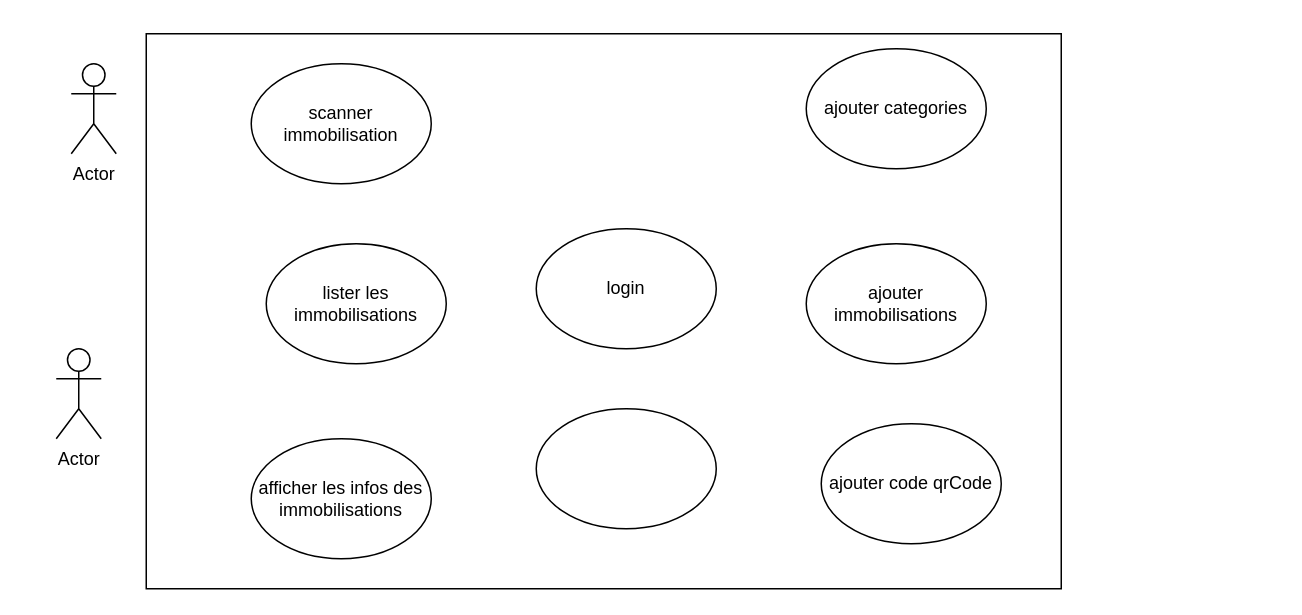
Above: Diagramme cas d'utilisation.drawio in Joahnne-25/Folder_Diagramme-soutenance (draw.io), before the change. Source tidied: cells renumbered, new cells numbered last; positions are measured from the earlier drawing's top-left corner, leaving out a move shared by most shapes. Both pictures are drawn from the tidied source at 150%, with x=0, y=0 at pixel (56, 33).
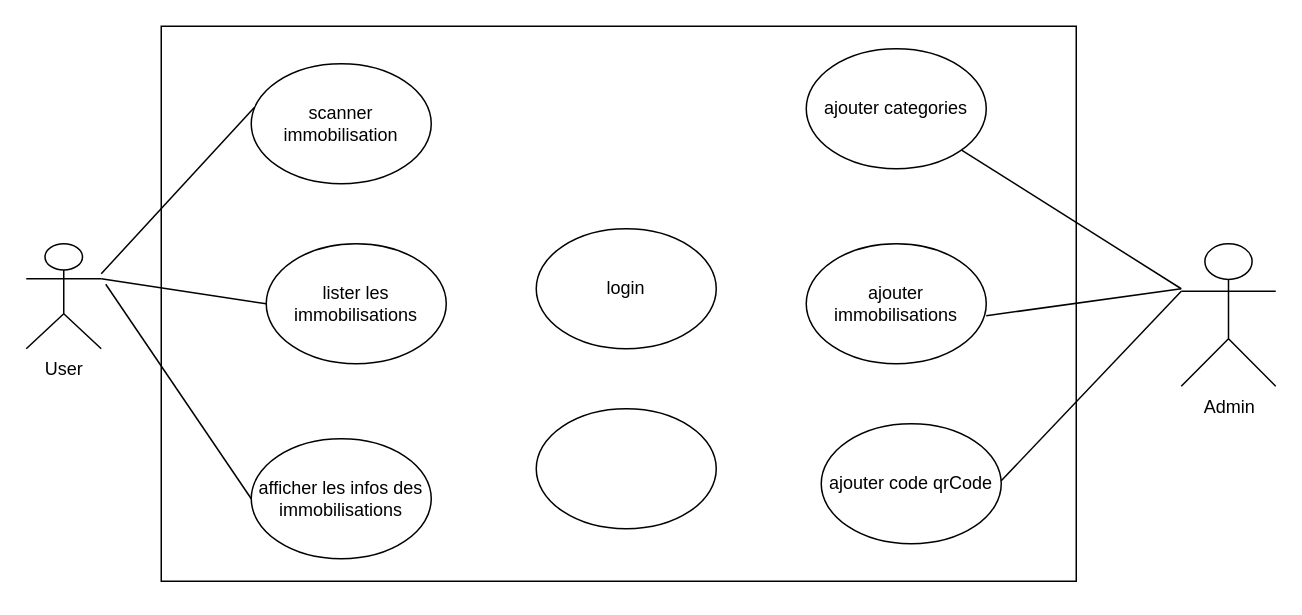
The same diagram, later.

Commit message:
Mettre à jour Diagramme cas d'utilisation.drawio

Unchanged cells that the change refers to:
```xml
<mxCell id="5" value="scanner immobilisation" style="ellipse;whiteSpace=wrap;html=1;" parent="1" vertex="1">
  <mxGeometry x="130" y="20" width="120" height="80" as="geometry" />
</mxCell>
<mxCell id="6" value="afficher les infos des immobilisations" style="ellipse;whiteSpace=wrap;html=1;" parent="1" vertex="1">
  <mxGeometry x="130" y="270" width="120" height="80" as="geometry" />
</mxCell>
<mxCell id="8" value="ajouter categories" style="ellipse;whiteSpace=wrap;html=1;" parent="1" vertex="1">
  <mxGeometry x="500" y="10" width="120" height="80" as="geometry" />
</mxCell>
<mxCell id="10" value="lister les immobilisations" style="ellipse;whiteSpace=wrap;html=1;" parent="1" vertex="1">
  <mxGeometry x="140" y="140" width="120" height="80" as="geometry" />
</mxCell>
```

The edit, as a diff of the source:
```diff
@@
     <mxCell id="2" style="rounded=0;whiteSpace=wrap;html=1;" parent="1" vertex="1">
-      <mxGeometry x="60" width="610" height="370" as="geometry" />
+      <mxGeometry x="70" y="-5" width="610" height="370" as="geometry" />
     </mxCell>
-    <mxCell id="3" value="Actor" style="shape=umlActor;verticalLabelPosition=bottom;verticalAlign=top;html=1;" parent="1" vertex="1">
-      <mxGeometry x="10" y="20" width="30" height="60" as="geometry" />
+    <mxCell id="3" value="User" style="shape=umlActor;verticalLabelPosition=bottom;verticalAlign=top;html=1;" parent="1" vertex="1">
+      <mxGeometry x="-20" y="140" width="50" height="70" as="geometry" />
     </mxCell>
-    <mxCell id="4" value="Actor" style="shape=umlActor;verticalLabelPosition=bottom;verticalAlign=top;html=1;" parent="1" vertex="1">
-      <mxGeometry y="210" width="30" height="60" as="geometry" />
+    <mxCell id="4" value="Admin" style="shape=umlActor;verticalLabelPosition=bottom;verticalAlign=top;html=1;" parent="1" vertex="1">
+      <mxGeometry x="750" y="140" width="63" height="95" as="geometry" />
     </mxCell>
@@
+    <mxCell id="13" style="endArrow=none;html=1;rounded=0;entryX=0.017;entryY=0.365;entryDx=0;entryDy=0;entryPerimeter=0;" parent="1" edge="1" target="5">
+      <mxGeometry relative="1" as="geometry">
+        <mxPoint x="30" y="160" as="sourcePoint" />
+      </mxGeometry>
+    </mxCell>
+    <mxCell id="14" style="endArrow=none;html=1;rounded=0;exitX=0.755;exitY=0.291;exitDx=0;exitDy=0;exitPerimeter=0;entryX=0;entryY=0.5;entryDx=0;entryDy=0;" parent="1" edge="1" target="6">
+      <mxGeometry relative="1" as="geometry">
+        <mxPoint x="33" y="167" as="sourcePoint" />
+      </mxGeometry>
+    </mxCell>
+    <mxCell id="15" style="endArrow=none;html=1;rounded=0;exitX=1;exitY=0.3333333333333333;exitDx=0;exitDy=0;exitPerimeter=0;entryX=0;entryY=0.5;entryDx=0;entryDy=0;" parent="1" edge="1" source="3" target="10">
+      <mxGeometry relative="1" as="geometry" />
+    </mxCell>
+    <mxCell id="16" style="endArrow=none;html=1;rounded=0;exitX=0.755;exitY=0.291;exitDx=0;exitDy=0;exitPerimeter=0;entryX=0;entryY=0.3333333333333333;entryDx=0;entryDy=0;entryPerimeter=0;" parent="1" edge="1" target="4">
+      <mxGeometry relative="1" as="geometry">
+        <mxPoint x="630" y="298" as="sourcePoint" />
+      </mxGeometry>
+    </mxCell>
+    <mxCell id="17" style="endArrow=none;html=1;rounded=0;exitX=0.755;exitY=0.291;exitDx=0;exitDy=0;exitPerimeter=0;" parent="1" edge="1">
+      <mxGeometry relative="1" as="geometry">
+        <mxPoint x="620" y="188" as="sourcePoint" />
+        <mxPoint x="750" y="170" as="targetPoint" />
+      </mxGeometry>
+    </mxCell>
+    <mxCell id="18" style="endArrow=none;html=1;rounded=0;" parent="1" edge="1" source="8">
+      <mxGeometry relative="1" as="geometry">
+        <mxPoint x="750" y="170" as="targetPoint" />
+      </mxGeometry>
+    </mxCell>
```
